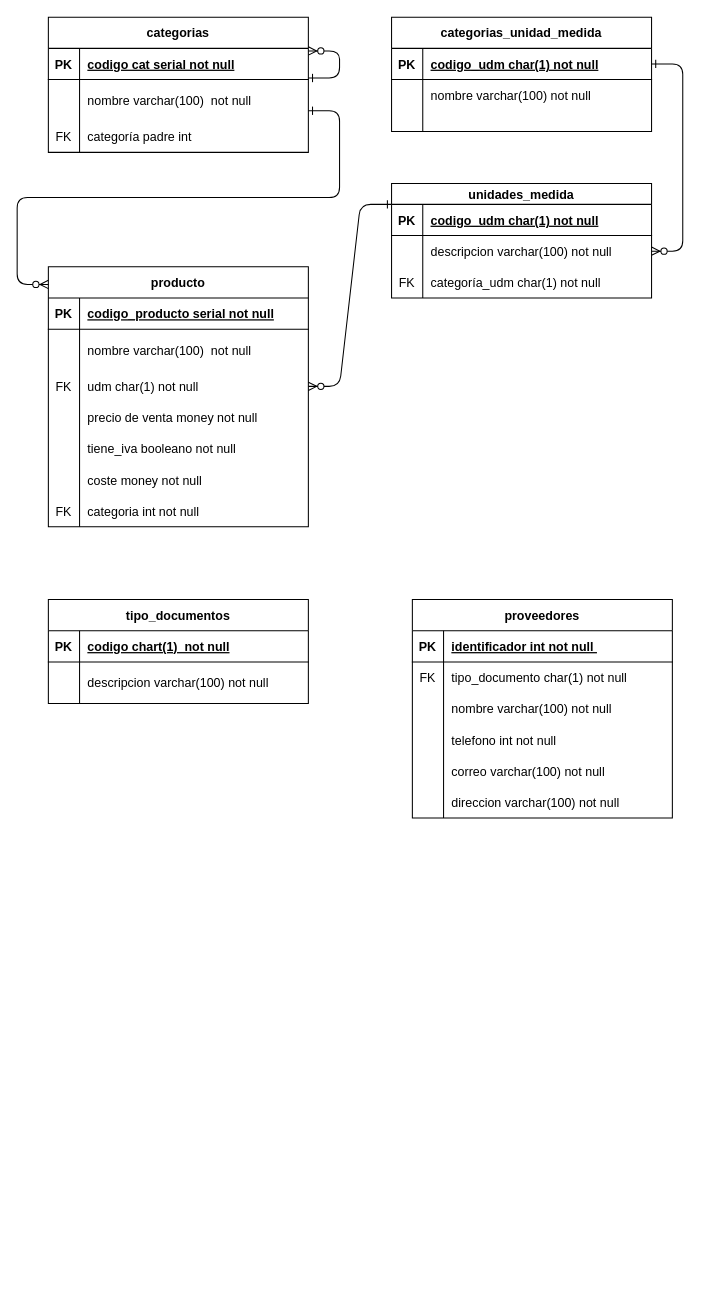
Earlier version of the draw.io diagram Diagramas/Relacion.drawio (AndreaCastro2004/bdd). Source tidied: cells renumbered, new cells numbered last; positions are measured from the earlier drawing's top-left corner, leaving out a move shared by most shapes. Both pictures are drawn from the tidied source at 104%, with x=0, y=0 at pixel (-4, 17).
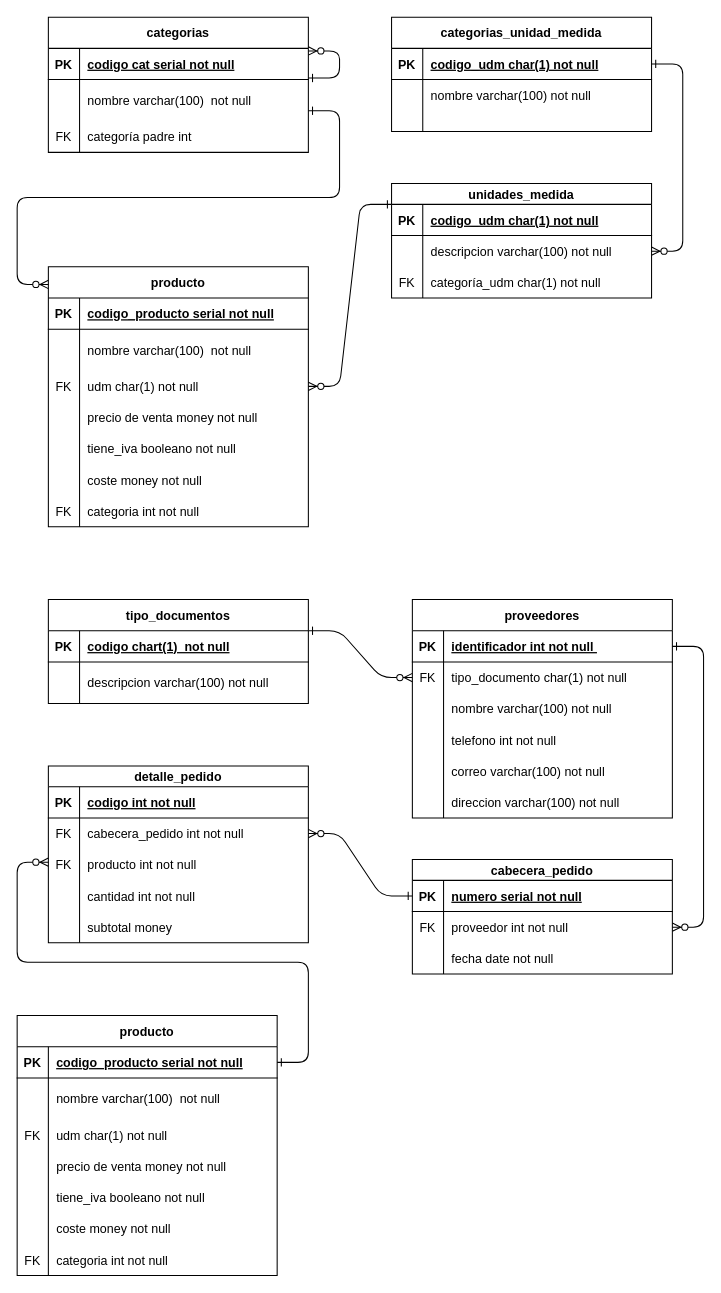
After the change.

The change refers to these unchanged cells:
```xml
<mxCell id="66" style="shape=partialRectangle;fillColor=none;points=[[0,0.5],[1,0.5]];portConstraint=eastwest;top=0;left=0;right=0;bottom=1;" parent="65" vertex="1">
  <mxGeometry y="30" width="250" height="30" as="geometry" />
</mxCell>
<mxCell id="69" style="shape=partialRectangle;fillColor=none;points=[[0,0.5],[1,0.5]];portConstraint=eastwest;top=0;left=0;right=0;bottom=0;" parent="65" vertex="1">
  <mxGeometry y="60" width="250" height="30" as="geometry" />
</mxCell>
```

Diff of the diagram source:
```diff
@@
+    <mxCell id="84" style="edgeStyle=entityRelationEdgeStyle;endArrow=ERzeroToMany;startArrow=ERone;endFill=1;startFill=0;entryX=0;entryY=0.5;entryDx=0;entryDy=0;" parent="1" edge="1" target="69">
+      <mxGeometry relative="1" as="geometry">
+        <mxPoint x="300" y="590" as="sourcePoint" />
+        <Array as="points">
+          <mxPoint x="230" y="637" />
+          <mxPoint x="60" y="757" />
+          <mxPoint x="70" y="727" />
+          <mxPoint x="80" y="727" />
+          <mxPoint x="80" y="727" />
+          <mxPoint x="80" y="727" />
+        </Array>
+      </mxGeometry>
+    </mxCell>
+    <mxCell id="85" value="cabecera_pedido" style="shape=table;startSize=20;childLayout=tableLayout;rowLines=0;fontStyle=1;align=center;" parent="1" vertex="1">
+      <mxGeometry x="400" y="810" width="250" height="110" as="geometry" />
+    </mxCell>
+    <mxCell id="86" style="shape=partialRectangle;fillColor=none;points=[[0,0.5],[1,0.5]];portConstraint=eastwest;top=0;left=0;right=0;bottom=1;" parent="85" vertex="1">
+      <mxGeometry y="20" width="250" height="30" as="geometry" />
+    </mxCell>
+    <mxCell id="87" value="PK" style="shape=partialRectangle;overflow=hidden;fillColor=none;top=0;left=0;bottom=0;right=0;fontStyle=1;" parent="86" vertex="1">
+      <mxGeometry width="30" height="30" as="geometry" />
+    </mxCell>
+    <mxCell id="88" value="numero serial not null" style="shape=partialRectangle;overflow=hidden;fillColor=none;top=0;left=0;bottom=0;right=0;align=left;spacingLeft=6;fontStyle=5;" parent="86" vertex="1">
+      <mxGeometry x="30" width="220" height="30" as="geometry" />
+    </mxCell>
+    <mxCell id="89" style="shape=partialRectangle;fillColor=none;points=[[0,0.5],[1,0.5]];portConstraint=eastwest;top=0;left=0;right=0;bottom=0;" parent="85" vertex="1">
+      <mxGeometry y="50" width="250" height="30" as="geometry" />
+    </mxCell>
+    <mxCell id="90" value="FK" style="shape=partialRectangle;overflow=hidden;fillColor=none;top=0;left=0;bottom=0;right=0;" parent="89" vertex="1">
+      <mxGeometry width="30" height="30" as="geometry" />
+    </mxCell>
+    <mxCell id="91" value="proveedor int not null" style="shape=partialRectangle;overflow=hidden;fillColor=none;top=0;left=0;bottom=0;right=0;align=left;spacingLeft=6;" parent="89" vertex="1">
+      <mxGeometry x="30" width="220" height="30" as="geometry" />
+    </mxCell>
+    <mxCell id="92" style="shape=partialRectangle;fillColor=none;top=0;left=0;right=0;bottom=0;" parent="85" vertex="1">
+      <mxGeometry y="80" width="250" height="30" as="geometry" />
+    </mxCell>
+    <mxCell id="93" style="shape=partialRectangle;overflow=hidden;fillColor=none;top=0;left=0;bottom=0;right=0;" parent="92" vertex="1">
+      <mxGeometry width="30" height="30" as="geometry" />
+    </mxCell>
+    <mxCell id="94" value="fecha date not null" style="shape=partialRectangle;overflow=hidden;fillColor=none;top=0;left=0;bottom=0;right=0;align=left;spacingLeft=6;" parent="92" vertex="1">
+      <mxGeometry x="30" width="220" height="30" as="geometry" />
+    </mxCell>
+    <mxCell id="95" style="edgeStyle=entityRelationEdgeStyle;endArrow=ERzeroToMany;startArrow=ERone;endFill=1;startFill=0;entryX=1;entryY=0.5;entryDx=0;entryDy=0;exitX=1;exitY=0.5;exitDx=0;exitDy=0;" parent="1" edge="1" source="66" target="89">
+      <mxGeometry relative="1" as="geometry">
+        <Array as="points">
+          <mxPoint x="290" y="757" />
+          <mxPoint x="120" y="877" />
+          <mxPoint x="130" y="847" />
+          <mxPoint x="140" y="847" />
+          <mxPoint x="140" y="847" />
+          <mxPoint x="140" y="847" />
+        </Array>
+      </mxGeometry>
+    </mxCell>
+    <mxCell id="96" value="detalle_pedido" style="shape=table;startSize=20;childLayout=tableLayout;rowLines=0;fontStyle=1;align=center;" parent="1" vertex="1">
+      <mxGeometry x="50" y="720" width="250" height="170" as="geometry" />
+    </mxCell>
+    <mxCell id="97" style="shape=partialRectangle;fillColor=none;top=0;left=0;right=0;bottom=1;" parent="96" vertex="1">
+      <mxGeometry y="20" width="250" height="30" as="geometry" />
+    </mxCell>
+    <mxCell id="98" value="PK" style="shape=partialRectangle;overflow=hidden;fillColor=none;top=0;left=0;bottom=0;right=0;fontStyle=1;" parent="97" vertex="1">
+      <mxGeometry width="30" height="30" as="geometry" />
+    </mxCell>
+    <mxCell id="99" value="codigo int not null" style="shape=partialRectangle;overflow=hidden;fillColor=none;top=0;left=0;bottom=0;right=0;align=left;spacingLeft=6;fontStyle=5;" parent="97" vertex="1">
+      <mxGeometry x="30" width="220" height="30" as="geometry" />
+    </mxCell>
+    <mxCell id="100" style="shape=partialRectangle;fillColor=none;points=[[0,0.5],[1,0.5]];portConstraint=eastwest;top=0;left=0;right=0;bottom=0;" parent="96" vertex="1">
+      <mxGeometry y="50" width="250" height="30" as="geometry" />
+    </mxCell>
+    <mxCell id="101" value="FK" style="shape=partialRectangle;overflow=hidden;fillColor=none;top=0;left=0;bottom=0;right=0;" parent="100" vertex="1">
+      <mxGeometry width="30" height="30" as="geometry" />
+    </mxCell>
+    <mxCell id="102" value="cabecera_pedido int not null" style="shape=partialRectangle;overflow=hidden;fillColor=none;top=0;left=0;bottom=0;right=0;align=left;spacingLeft=6;" parent="100" vertex="1">
+      <mxGeometry x="30" width="220" height="30" as="geometry" />
+    </mxCell>
+    <mxCell id="103" style="shape=partialRectangle;fillColor=none;top=0;left=0;right=0;bottom=0;" parent="96" vertex="1">
+      <mxGeometry y="80" width="250" height="30" as="geometry" />
+    </mxCell>
+    <mxCell id="104" value="FK" style="shape=partialRectangle;overflow=hidden;fillColor=none;top=0;left=0;bottom=0;right=0;" parent="103" vertex="1">
+      <mxGeometry width="30" height="30" as="geometry" />
+    </mxCell>
+    <mxCell id="105" value="producto int not null" style="shape=partialRectangle;overflow=hidden;fillColor=none;top=0;left=0;bottom=0;right=0;align=left;spacingLeft=6;" parent="103" vertex="1">
+      <mxGeometry x="30" width="220" height="30" as="geometry" />
+    </mxCell>
+    <mxCell id="106" style="shape=partialRectangle;fillColor=none;top=0;left=0;right=0;bottom=0;" parent="96" vertex="1">
+      <mxGeometry y="110" width="250" height="30" as="geometry" />
+    </mxCell>
+    <mxCell id="107" style="shape=partialRectangle;overflow=hidden;fillColor=none;top=0;left=0;bottom=0;right=0;" parent="106" vertex="1">
+      <mxGeometry width="30" height="30" as="geometry" />
+    </mxCell>
+    <mxCell id="108" value="cantidad int not null" style="shape=partialRectangle;overflow=hidden;fillColor=none;top=0;left=0;bottom=0;right=0;align=left;spacingLeft=6;" parent="106" vertex="1">
+      <mxGeometry x="30" width="220" height="30" as="geometry" />
+    </mxCell>
+    <mxCell id="109" style="shape=partialRectangle;fillColor=none;top=0;left=0;right=0;bottom=0;" parent="96" vertex="1">
+      <mxGeometry y="140" width="250" height="30" as="geometry" />
+    </mxCell>
+    <mxCell id="110" style="shape=partialRectangle;overflow=hidden;fillColor=none;top=0;left=0;bottom=0;right=0;" parent="109" vertex="1">
+      <mxGeometry width="30" height="30" as="geometry" />
+    </mxCell>
+    <mxCell id="111" value="subtotal money " style="shape=partialRectangle;overflow=hidden;fillColor=none;top=0;left=0;bottom=0;right=0;align=left;spacingLeft=6;" parent="109" vertex="1">
+      <mxGeometry x="30" width="220" height="30" as="geometry" />
+    </mxCell>
+    <mxCell id="112" style="edgeStyle=entityRelationEdgeStyle;endArrow=ERzeroToMany;startArrow=ERone;endFill=1;startFill=0;entryX=1;entryY=0.5;entryDx=0;entryDy=0;exitX=0;exitY=0.5;exitDx=0;exitDy=0;" parent="1" edge="1" source="86" target="100">
+      <mxGeometry relative="1" as="geometry">
+        <Array as="points">
+          <mxPoint x="235" y="917" />
+          <mxPoint x="65" y="1037" />
+          <mxPoint x="75" y="1007" />
+          <mxPoint x="85" y="1007" />
+          <mxPoint x="85" y="1007" />
+          <mxPoint x="85" y="1007" />
+        </Array>
+      </mxGeometry>
+    </mxCell>
+    <mxCell id="113" style="edgeStyle=entityRelationEdgeStyle;endArrow=ERzeroToMany;startArrow=ERone;endFill=1;startFill=0;entryX=0;entryY=0.5;entryDx=0;entryDy=0;exitX=1;exitY=0.5;exitDx=0;exitDy=0;" parent="1" edge="1" source="115">
+      <mxGeometry relative="1" as="geometry">
+        <mxPoint x="50" y="812.5" as="targetPoint" />
+        <Array as="points">
+          <mxPoint x="-120" y="797" />
+          <mxPoint x="10" y="950" />
+          <mxPoint x="10" y="940" />
+          <mxPoint x="-260" y="740" />
+          <mxPoint x="-290" y="917" />
+          <mxPoint x="-280" y="887" />
+          <mxPoint x="-270" y="887" />
+          <mxPoint x="-270" y="887" />
+          <mxPoint x="-270" y="887" />
+        </Array>
+      </mxGeometry>
+    </mxCell>
+    <mxCell id="114" value="producto" style="shape=table;startSize=30;childLayout=tableLayout;rowLines=0;fontStyle=1;align=center;" parent="1" vertex="1">
+      <mxGeometry x="20" y="960" width="250" height="250" as="geometry" />
+    </mxCell>
+    <mxCell id="115" style="shape=partialRectangle;fillColor=none;points=[[0,0.5],[1,0.5]];portConstraint=eastwest;top=0;left=0;right=0;bottom=1;" parent="114" vertex="1">
+      <mxGeometry y="30" width="250" height="30" as="geometry" />
+    </mxCell>
+    <mxCell id="116" value="PK" style="shape=partialRectangle;overflow=hidden;fillColor=none;top=0;left=0;bottom=0;right=0;fontStyle=1;" parent="115" vertex="1">
+      <mxGeometry width="30" height="30" as="geometry" />
+    </mxCell>
+    <mxCell id="117" value="codigo_producto serial not null" style="shape=partialRectangle;overflow=hidden;fillColor=none;top=0;left=0;bottom=0;right=0;align=left;spacingLeft=6;fontStyle=5;" parent="115" vertex="1">
+      <mxGeometry x="30" width="220" height="30" as="geometry" />
+    </mxCell>
+    <mxCell id="118" style="shape=partialRectangle;fillColor=none;top=0;left=0;right=0;bottom=0;" parent="114" vertex="1">
+      <mxGeometry y="60" width="250" height="40" as="geometry" />
+    </mxCell>
+    <mxCell id="119" style="shape=partialRectangle;overflow=hidden;fillColor=none;top=0;left=0;bottom=0;right=0;" parent="118" vertex="1">
+      <mxGeometry width="30" height="40" as="geometry" />
+    </mxCell>
+    <mxCell id="120" value="nombre varchar(100)  not null" style="shape=partialRectangle;overflow=hidden;fillColor=none;top=0;left=0;bottom=0;right=0;align=left;spacingLeft=6;" parent="118" vertex="1">
+      <mxGeometry x="30" width="220" height="40" as="geometry" />
+    </mxCell>
+    <mxCell id="121" style="shape=partialRectangle;fillColor=none;top=0;left=0;right=0;bottom=0;" parent="114" vertex="1">
+      <mxGeometry y="100" width="250" height="30" as="geometry" />
+    </mxCell>
+    <mxCell id="122" value="FK" style="shape=partialRectangle;overflow=hidden;fillColor=none;top=0;left=0;bottom=0;right=0;" parent="121" vertex="1">
+      <mxGeometry width="30" height="30" as="geometry" />
+    </mxCell>
+    <mxCell id="123" value="udm char(1) not null" style="shape=partialRectangle;overflow=hidden;fillColor=none;top=0;left=0;bottom=0;right=0;align=left;spacingLeft=6;" parent="121" vertex="1">
+      <mxGeometry x="30" width="220" height="30" as="geometry" />
+    </mxCell>
+    <mxCell id="124" style="shape=partialRectangle;fillColor=none;top=0;left=0;right=0;bottom=0;" parent="114" vertex="1">
+      <mxGeometry y="130" width="250" height="30" as="geometry" />
+    </mxCell>
+    <mxCell id="125" style="shape=partialRectangle;overflow=hidden;fillColor=none;top=0;left=0;bottom=0;right=0;" parent="124" vertex="1">
+      <mxGeometry width="30" height="30" as="geometry" />
+    </mxCell>
+    <mxCell id="126" value="precio de venta money not null" style="shape=partialRectangle;overflow=hidden;fillColor=none;top=0;left=0;bottom=0;right=0;align=left;spacingLeft=6;" parent="124" vertex="1">
+      <mxGeometry x="30" width="220" height="30" as="geometry" />
+    </mxCell>
+    <mxCell id="127" style="shape=partialRectangle;fillColor=none;top=0;left=0;right=0;bottom=0;" parent="114" vertex="1">
+      <mxGeometry y="160" width="250" height="30" as="geometry" />
+    </mxCell>
+    <mxCell id="128" style="shape=partialRectangle;overflow=hidden;fillColor=none;top=0;left=0;bottom=0;right=0;" parent="127" vertex="1">
+      <mxGeometry width="30" height="30" as="geometry" />
+    </mxCell>
+    <mxCell id="129" value="tiene_iva booleano not null" style="shape=partialRectangle;overflow=hidden;fillColor=none;top=0;left=0;bottom=0;right=0;align=left;spacingLeft=6;" parent="127" vertex="1">
+      <mxGeometry x="30" width="220" height="30" as="geometry" />
+    </mxCell>
+    <mxCell id="130" style="shape=partialRectangle;fillColor=none;top=0;left=0;right=0;bottom=0;" parent="114" vertex="1">
+      <mxGeometry y="190" width="250" height="30" as="geometry" />
+    </mxCell>
+    <mxCell id="131" style="shape=partialRectangle;overflow=hidden;fillColor=none;top=0;left=0;bottom=0;right=0;" parent="130" vertex="1">
+      <mxGeometry width="30" height="30" as="geometry" />
+    </mxCell>
+    <mxCell id="132" value="coste money not null" style="shape=partialRectangle;overflow=hidden;fillColor=none;top=0;left=0;bottom=0;right=0;align=left;spacingLeft=6;" parent="130" vertex="1">
+      <mxGeometry x="30" width="220" height="30" as="geometry" />
+    </mxCell>
+    <mxCell id="133" style="shape=partialRectangle;fillColor=none;top=0;left=0;right=0;bottom=0;" parent="114" vertex="1">
+      <mxGeometry y="220" width="250" height="30" as="geometry" />
+    </mxCell>
+    <mxCell id="134" value="FK" style="shape=partialRectangle;overflow=hidden;fillColor=none;top=0;left=0;bottom=0;right=0;" parent="133" vertex="1">
+      <mxGeometry width="30" height="30" as="geometry" />
+    </mxCell>
+    <mxCell id="135" value="categoria int not null" style="shape=partialRectangle;overflow=hidden;fillColor=none;top=0;left=0;bottom=0;right=0;align=left;spacingLeft=6;" parent="133" vertex="1">
+      <mxGeometry x="30" width="220" height="30" as="geometry" />
+    </mxCell>
```
